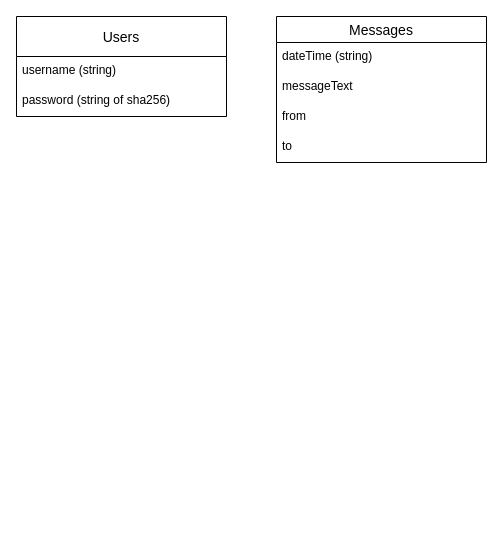
The draw.io diagram sql_tabels.drawio in lucky-rydar/miMessage, before the edit. Source tidied: cells renumbered, new cells numbered last; positions are measured from the earlier drawing's top-left corner, leaving out a move shared by most shapes. Both pictures are drawn from the tidied source at 100%, with x=0, y=0 at pixel (16, 16).
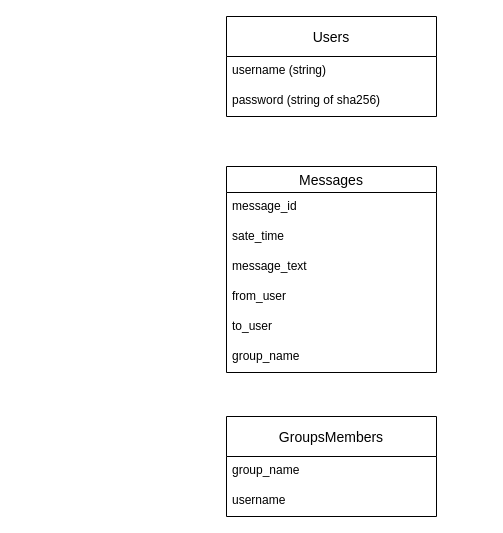
The same page after the edit.

Commit message:
Updated sql_tabels UML diagram

The edit, as a diff of the source:
```diff
@@
 <mxGraphModel>
   <root>
     <mxCell id="0" />
     <mxCell id="1" parent="0" />
     <mxCell id="2" value="Users" style="swimlane;fontStyle=0;horizontal=1;startSize=40;align=center;fontSize=14;" parent="1" vertex="1">
-      <mxGeometry width="210" height="100" as="geometry" />
+      <mxGeometry x="210" width="210" height="100" as="geometry" />
     </mxCell>
     <mxCell id="3" value="username (string)" style="text;strokeColor=none;fillColor=none;spacingLeft=4;spacingRight=4;overflow=hidden;fontSize=12;" parent="2" vertex="1">
       <mxGeometry y="40" width="210" height="30" as="geometry" />
     </mxCell>
     <mxCell id="4" value="password (string of sha256)" style="text;strokeColor=none;fillColor=none;spacingLeft=4;spacingRight=4;overflow=hidden;fontSize=12;" parent="2" vertex="1">
       <mxGeometry y="70" width="210" height="30" as="geometry" />
     </mxCell>
+    <mxCell id="10" value="GroupsMembers" style="swimlane;fontStyle=0;horizontal=1;startSize=40;align=center;fontSize=14;" parent="1" vertex="1">
+      <mxGeometry x="210" y="400" width="210" height="100" as="geometry" />
+    </mxCell>
+    <mxCell id="11" value="group_name" style="text;strokeColor=none;fillColor=none;spacingLeft=4;spacingRight=4;overflow=hidden;fontSize=12;" parent="10" vertex="1">
+      <mxGeometry y="40" width="210" height="30" as="geometry" />
+    </mxCell>
+    <mxCell id="12" value="username" style="text;strokeColor=none;fillColor=none;spacingLeft=4;spacingRight=4;overflow=hidden;fontSize=12;" parent="10" vertex="1">
+      <mxGeometry y="70" width="210" height="30" as="geometry" />
+    </mxCell>
     <mxCell id="5" value="Messages" style="swimlane;fontStyle=0;horizontal=1;startSize=26;align=center;fontSize=14;" parent="1" vertex="1">
-      <mxGeometry x="260" width="210" height="146" as="geometry" />
+      <mxGeometry x="210" y="150" width="210" height="206" as="geometry" />
     </mxCell>
-    <mxCell id="6" value="dateTime (string)" style="text;strokeColor=none;fillColor=none;spacingLeft=4;spacingRight=4;overflow=hidden;fontSize=12;" parent="5" vertex="1">
+    <mxCell id="6" value="message_id" style="text;strokeColor=none;fillColor=none;spacingLeft=4;spacingRight=4;overflow=hidden;fontSize=12;" parent="5" vertex="1">
       <mxGeometry y="26" width="210" height="30" as="geometry" />
     </mxCell>
-    <mxCell id="7" value="messageText" style="text;strokeColor=none;fillColor=none;spacingLeft=4;spacingRight=4;overflow=hidden;fontSize=12;" parent="5" vertex="1">
+    <mxCell id="7" value="sate_time" style="text;strokeColor=none;fillColor=none;spacingLeft=4;spacingRight=4;overflow=hidden;fontSize=12;" parent="5" vertex="1">
       <mxGeometry y="56" width="210" height="30" as="geometry" />
     </mxCell>
-    <mxCell id="8" value="from" style="text;strokeColor=none;fillColor=none;spacingLeft=4;spacingRight=4;overflow=hidden;fontSize=12;" parent="5" vertex="1">
+    <mxCell id="8" value="message_text" style="text;strokeColor=none;fillColor=none;spacingLeft=4;spacingRight=4;overflow=hidden;fontSize=12;" parent="5" vertex="1">
       <mxGeometry y="86" width="210" height="30" as="geometry" />
     </mxCell>
+    <mxCell id="13" value="from_user" style="text;strokeColor=none;fillColor=none;spacingLeft=4;spacingRight=4;overflow=hidden;fontSize=12;" parent="5" vertex="1">
+      <mxGeometry y="116" width="210" height="30" as="geometry" />
+    </mxCell>
+    <mxCell id="14" value="to_user" style="text;strokeColor=none;fillColor=none;spacingLeft=4;spacingRight=4;overflow=hidden;fontSize=12;" parent="5" vertex="1">
+      <mxGeometry y="146" width="210" height="30" as="geometry" />
+    </mxCell>
-    <mxCell id="9" value="to" style="text;strokeColor=none;fillColor=none;spacingLeft=4;spacingRight=4;overflow=hidden;fontSize=12;" parent="5" vertex="1">
-      <mxGeometry y="116" width="210" height="30" as="geometry" />
+    <mxCell id="9" value="group_name" style="text;strokeColor=none;fillColor=none;spacingLeft=4;spacingRight=4;overflow=hidden;fontSize=12;" parent="5" vertex="1">
+      <mxGeometry y="176" width="210" height="30" as="geometry" />
     </mxCell>
   </root>
 </mxGraphModel>
```
